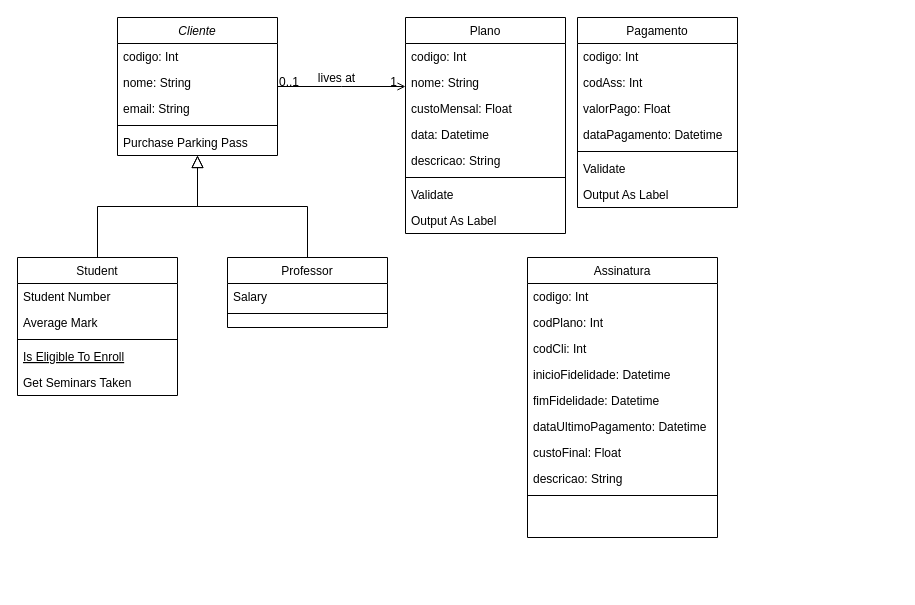
Above: pucrs-backend-f1.drawio in anabiax/pucrs-backend-f1 (draw.io), before the change. Source tidied: cells renumbered, new cells numbered last; positions are measured from the earlier drawing's top-left corner, leaving out a move shared by most shapes. Both pictures are drawn from the tidied source at 100%, with x=0, y=0 at pixel (17, 17).
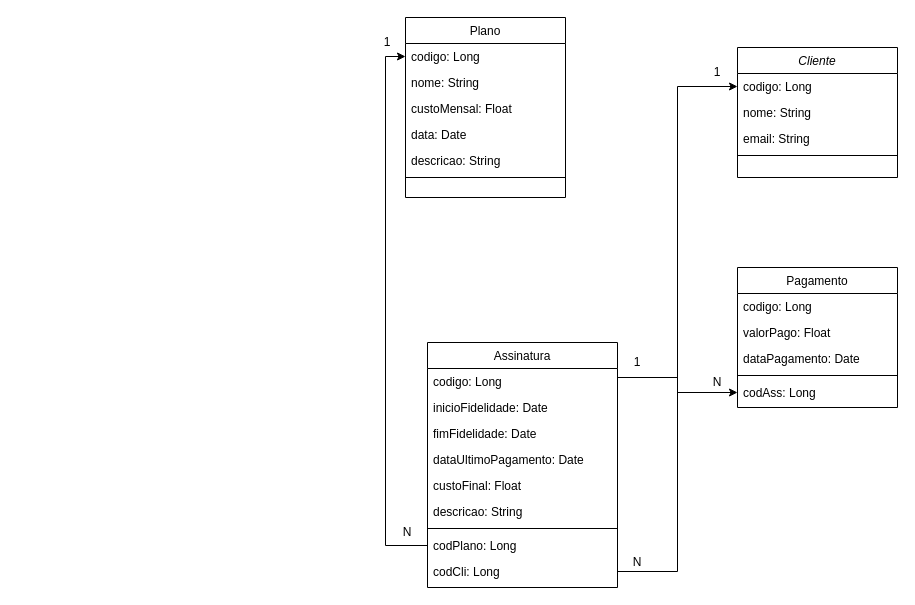
After the change.

What changed in the source:
```diff
@@
     <mxCell id="2" value="Cliente" style="swimlane;fontStyle=2;align=center;verticalAlign=top;horizontal=1;startSize=26;rounded=0;shadow=0;strokeWidth=1;" parent="1" vertex="1">
-      <mxGeometry x="100" width="160" height="138" as="geometry" />
+      <mxGeometry x="720" y="30" width="160" height="130" as="geometry" />
     </mxCell>
-    <mxCell id="3" value="codigo: Int" style="text;align=left;verticalAlign=top;spacingLeft=4;spacingRight=4;overflow=hidden;points=[[0,0.5],[1,0.5]];portConstraint=eastwest;" parent="2" vertex="1">
+    <mxCell id="3" value="codigo: Long" style="text;align=left;verticalAlign=top;spacingLeft=4;spacingRight=4;overflow=hidden;points=[[0,0.5],[1,0.5]];portConstraint=eastwest;" parent="2" vertex="1">
       <mxGeometry y="26" width="160" height="26" as="geometry" />
     </mxCell>
@@
-    <mxCell id="7" value="Purchase Parking Pass" style="text;align=left;verticalAlign=top;spacingLeft=4;spacingRight=4;overflow=hidden;" parent="2" vertex="1">
-      <mxGeometry y="112" width="160" height="26" as="geometry" />
-    </mxCell>
-    <mxCell id="8" value="Student" style="swimlane;fontStyle=0;align=center;verticalAlign=top;horizontal=1;startSize=26;rounded=0;shadow=0;strokeWidth=1;" parent="1" vertex="1">
-      <mxGeometry y="240" width="160" height="138" as="geometry" />
-    </mxCell>
-    <mxCell id="9" value="Student Number" style="text;align=left;verticalAlign=top;spacingLeft=4;spacingRight=4;overflow=hidden;" parent="8" vertex="1">
-      <mxGeometry y="26" width="160" height="26" as="geometry" />
-    </mxCell>
-    <mxCell id="10" value="Average Mark" style="text;align=left;verticalAlign=top;spacingLeft=4;spacingRight=4;overflow=hidden;rounded=0;shadow=0;html=0;" parent="8" vertex="1">
-      <mxGeometry y="52" width="160" height="26" as="geometry" />
-    </mxCell>
-    <mxCell id="11" style="line;html=1;strokeWidth=1;align=left;verticalAlign=middle;spacingTop=-1;spacingLeft=3;spacingRight=3;labelPosition=right;" parent="8" vertex="1">
-      <mxGeometry y="78" width="160" height="8" as="geometry" />
-    </mxCell>
-    <mxCell id="12" value="Is Eligible To Enroll" style="text;align=left;verticalAlign=top;spacingLeft=4;spacingRight=4;overflow=hidden;fontStyle=4;" parent="8" vertex="1">
-      <mxGeometry y="86" width="160" height="26" as="geometry" />
-    </mxCell>
-    <mxCell id="13" value="Get Seminars Taken" style="text;align=left;verticalAlign=top;spacingLeft=4;spacingRight=4;overflow=hidden;" parent="8" vertex="1">
-      <mxGeometry y="112" width="160" height="26" as="geometry" />
-    </mxCell>
-    <mxCell id="14" style="endArrow=block;endSize=10;endFill=0;shadow=0;strokeWidth=1;rounded=0;curved=0;edgeStyle=elbowEdgeStyle;elbow=vertical;" parent="1" edge="1" source="8" target="2">
-      <mxGeometry relative="1" as="geometry" />
-    </mxCell>
-    <mxCell id="15" value="Professor" style="swimlane;fontStyle=0;align=center;verticalAlign=top;horizontal=1;startSize=26;rounded=0;shadow=0;strokeWidth=1;" parent="1" vertex="1">
-      <mxGeometry x="210" y="240" width="160" height="70" as="geometry" />
-    </mxCell>
-    <mxCell id="16" value="Salary" style="text;align=left;verticalAlign=top;spacingLeft=4;spacingRight=4;overflow=hidden;" parent="15" vertex="1">
-      <mxGeometry y="26" width="160" height="26" as="geometry" />
-    </mxCell>
-    <mxCell id="17" style="line;html=1;strokeWidth=1;align=left;verticalAlign=middle;spacingTop=-1;spacingLeft=3;spacingRight=3;labelPosition=right;" parent="15" vertex="1">
-      <mxGeometry y="52" width="160" height="8" as="geometry" />
-    </mxCell>
-    <mxCell id="18" style="endArrow=block;endSize=10;endFill=0;shadow=0;strokeWidth=1;rounded=0;curved=0;edgeStyle=elbowEdgeStyle;elbow=vertical;" parent="1" edge="1" source="15" target="2">
-      <mxGeometry relative="1" as="geometry" />
-    </mxCell>
     <mxCell id="19" value="Plano" style="swimlane;fontStyle=0;align=center;verticalAlign=top;horizontal=1;startSize=26;rounded=0;shadow=0;strokeWidth=1;" parent="1" vertex="1">
-      <mxGeometry x="388" width="160" height="216" as="geometry" />
+      <mxGeometry x="388" width="160" height="180" as="geometry" />
     </mxCell>
-    <mxCell id="20" value="codigo: Int" style="text;align=left;verticalAlign=top;spacingLeft=4;spacingRight=4;overflow=hidden;points=[[0,0.5],[1,0.5]];portConstraint=eastwest;" parent="19" vertex="1">
+    <mxCell id="20" value="codigo: Long" style="text;align=left;verticalAlign=top;spacingLeft=4;spacingRight=4;overflow=hidden;points=[[0,0.5],[1,0.5]];portConstraint=eastwest;" parent="19" vertex="1">
       <mxGeometry y="26" width="160" height="26" as="geometry" />
     </mxCell>
@@
-    <mxCell id="23" value="data: Datetime" style="text;align=left;verticalAlign=top;spacingLeft=4;spacingRight=4;overflow=hidden;rounded=0;shadow=0;html=0;" parent="19" vertex="1">
+    <mxCell id="23" value="data: Date" style="text;align=left;verticalAlign=top;spacingLeft=4;spacingRight=4;overflow=hidden;rounded=0;shadow=0;html=0;" parent="19" vertex="1">
       <mxGeometry y="104" width="160" height="26" as="geometry" />
     </mxCell>
@@
-    <mxCell id="26" value="Validate" style="text;align=left;verticalAlign=top;spacingLeft=4;spacingRight=4;overflow=hidden;" parent="19" vertex="1">
-      <mxGeometry y="164" width="160" height="26" as="geometry" />
-    </mxCell>
-    <mxCell id="27" value="Output As Label" style="text;align=left;verticalAlign=top;spacingLeft=4;spacingRight=4;overflow=hidden;" parent="19" vertex="1">
-      <mxGeometry y="190" width="160" height="26" as="geometry" />
-    </mxCell>
-    <mxCell id="28" style="endArrow=open;shadow=0;strokeWidth=1;rounded=0;curved=0;endFill=1;edgeStyle=elbowEdgeStyle;elbow=vertical;" parent="1" edge="1" source="2" target="19">
-      <mxGeometry x="0.5" y="41" relative="1" as="geometry">
-        <mxPoint x="-40" y="32" as="offset" />
-      </mxGeometry>
-    </mxCell>
-    <mxCell id="29" value="0..1" style="align=left;verticalAlign=bottom;labelBackgroundColor=none;fontSize=12;" parent="28" vertex="1">
-      <mxGeometry x="-1" relative="1" as="geometry">
-        <mxPoint y="4" as="offset" />
-      </mxGeometry>
-    </mxCell>
-    <mxCell id="30" value="1" style="align=right;verticalAlign=bottom;labelBackgroundColor=none;fontSize=12;" parent="28" vertex="1">
-      <mxGeometry x="1" relative="1" as="geometry">
-        <mxPoint x="-7" y="4" as="offset" />
-      </mxGeometry>
-    </mxCell>
-    <mxCell id="31" value="lives at" style="text;html=1;align=center;verticalAlign=middle;labelBackgroundColor=none;rounded=0;shadow=0;strokeWidth=1;fontSize=12;" parent="28" vertex="1">
-      <mxGeometry x="0.5" y="49" relative="1" as="geometry">
-        <mxPoint x="-38" y="40" as="offset" />
-      </mxGeometry>
-    </mxCell>
     <mxCell id="32" value="Assinatura" style="swimlane;fontStyle=0;align=center;verticalAlign=top;horizontal=1;startSize=26;rounded=0;shadow=0;strokeWidth=1;" parent="1" vertex="1">
-      <mxGeometry x="510" y="240" width="190" height="280" as="geometry" />
+      <mxGeometry x="410" y="325" width="190" height="245" as="geometry" />
     </mxCell>
-    <mxCell id="33" value="codigo: Int" style="text;align=left;verticalAlign=top;spacingLeft=4;spacingRight=4;overflow=hidden;points=[[0,0.5],[1,0.5]];portConstraint=eastwest;" parent="32" vertex="1">
+    <mxCell id="33" value="codigo: Long" style="text;align=left;verticalAlign=top;spacingLeft=4;spacingRight=4;overflow=hidden;points=[[0,0.5],[1,0.5]];portConstraint=eastwest;" parent="32" vertex="1">
       <mxGeometry y="26" width="190" height="26" as="geometry" />
     </mxCell>
-    <mxCell id="34" value="codPlano: Int" style="text;align=left;verticalAlign=top;spacingLeft=4;spacingRight=4;overflow=hidden;points=[[0,0.5],[1,0.5]];portConstraint=eastwest;rounded=0;shadow=0;html=0;" parent="32" vertex="1">
-      <mxGeometry y="52" width="190" height="26" as="geometry" />
-    </mxCell>
-    <mxCell id="35" value="codCli: Int" style="text;align=left;verticalAlign=top;spacingLeft=4;spacingRight=4;overflow=hidden;points=[[0,0.5],[1,0.5]];portConstraint=eastwest;rounded=0;shadow=0;html=0;" parent="32" vertex="1">
-      <mxGeometry y="78" width="190" height="26" as="geometry" />
-    </mxCell>
-    <mxCell id="36" value="inicioFidelidade: Datetime" style="text;align=left;verticalAlign=top;spacingLeft=4;spacingRight=4;overflow=hidden;rounded=0;shadow=0;html=0;" parent="32" vertex="1">
-      <mxGeometry y="104" width="190" height="26" as="geometry" />
+    <mxCell id="36" value="inicioFidelidade: Date" style="text;align=left;verticalAlign=top;spacingLeft=4;spacingRight=4;overflow=hidden;rounded=0;shadow=0;html=0;" parent="32" vertex="1">
+      <mxGeometry y="52" width="190" height="26" as="geometry" />
     </mxCell>
-    <mxCell id="37" value="fimFidelidade: Datetime" style="text;align=left;verticalAlign=top;spacingLeft=4;spacingRight=4;overflow=hidden;rounded=0;shadow=0;html=0;" parent="32" vertex="1">
-      <mxGeometry y="130" width="190" height="26" as="geometry" />
+    <mxCell id="37" value="fimFidelidade: Date" style="text;align=left;verticalAlign=top;spacingLeft=4;spacingRight=4;overflow=hidden;rounded=0;shadow=0;html=0;" parent="32" vertex="1">
+      <mxGeometry y="78" width="190" height="26" as="geometry" />
     </mxCell>
-    <mxCell id="38" value="dataUltimoPagamento: Datetime" style="text;align=left;verticalAlign=top;spacingLeft=4;spacingRight=4;overflow=hidden;rounded=0;shadow=0;html=0;" parent="32" vertex="1">
-      <mxGeometry y="156" width="190" height="26" as="geometry" />
+    <mxCell id="38" value="dataUltimoPagamento: Date" style="text;align=left;verticalAlign=top;spacingLeft=4;spacingRight=4;overflow=hidden;rounded=0;shadow=0;html=0;" parent="32" vertex="1">
+      <mxGeometry y="104" width="190" height="26" as="geometry" />
     </mxCell>
     <mxCell id="39" value="custoFinal: Float" style="text;align=left;verticalAlign=top;spacingLeft=4;spacingRight=4;overflow=hidden;rounded=0;shadow=0;html=0;" parent="32" vertex="1">
-      <mxGeometry y="182" width="190" height="26" as="geometry" />
+      <mxGeometry y="130" width="190" height="26" as="geometry" />
     </mxCell>
     <mxCell id="40" value="descricao: String" style="text;align=left;verticalAlign=top;spacingLeft=4;spacingRight=4;overflow=hidden;rounded=0;shadow=0;html=0;" parent="32" vertex="1">
-      <mxGeometry y="208" width="190" height="26" as="geometry" />
+      <mxGeometry y="156" width="190" height="26" as="geometry" />
     </mxCell>
     <mxCell id="41" style="line;html=1;strokeWidth=1;align=left;verticalAlign=middle;spacingTop=-1;spacingLeft=3;spacingRight=3;labelPosition=right;" parent="32" vertex="1">
-      <mxGeometry y="234" width="190" height="8" as="geometry" />
+      <mxGeometry y="182" width="190" height="8" as="geometry" />
     </mxCell>
+    <mxCell id="34" value="codPlano: Long" style="text;align=left;verticalAlign=top;spacingLeft=4;spacingRight=4;overflow=hidden;points=[[0,0.5],[1,0.5]];portConstraint=eastwest;rounded=0;shadow=0;html=0;" parent="32" vertex="1">
+      <mxGeometry y="190" width="190" height="26" as="geometry" />
+    </mxCell>
+    <mxCell id="35" value="codCli: Long" style="text;align=left;verticalAlign=top;spacingLeft=4;spacingRight=4;overflow=hidden;points=[[0,0.5],[1,0.5]];portConstraint=eastwest;rounded=0;shadow=0;html=0;" parent="32" vertex="1">
+      <mxGeometry y="216" width="190" height="26" as="geometry" />
+    </mxCell>
     <mxCell id="42" value="Pagamento" style="swimlane;fontStyle=0;align=center;verticalAlign=top;horizontal=1;startSize=26;rounded=0;shadow=0;strokeWidth=1;" parent="1" vertex="1">
-      <mxGeometry x="560" width="160" height="190" as="geometry" />
+      <mxGeometry x="720" y="250" width="160" height="140" as="geometry" />
     </mxCell>
-    <mxCell id="43" value="codigo: Int" style="text;align=left;verticalAlign=top;spacingLeft=4;spacingRight=4;overflow=hidden;" parent="42" vertex="1">
+    <mxCell id="43" value="codigo: Long" style="text;align=left;verticalAlign=top;spacingLeft=4;spacingRight=4;overflow=hidden;" parent="42" vertex="1">
       <mxGeometry y="26" width="160" height="26" as="geometry" />
     </mxCell>
-    <mxCell id="44" value="codAss: Int" style="text;align=left;verticalAlign=top;spacingLeft=4;spacingRight=4;overflow=hidden;points=[[0,0.5],[1,0.5]];portConstraint=eastwest;rounded=0;shadow=0;html=0;" parent="42" vertex="1">
-      <mxGeometry y="52" width="160" height="26" as="geometry" />
-    </mxCell>
     <mxCell id="45" value="valorPago: Float" style="text;align=left;verticalAlign=top;spacingLeft=4;spacingRight=4;overflow=hidden;rounded=0;shadow=0;html=0;" parent="42" vertex="1">
-      <mxGeometry y="78" width="160" height="26" as="geometry" />
+      <mxGeometry y="52" width="160" height="26" as="geometry" />
     </mxCell>
-    <mxCell id="46" value="dataPagamento: Datetime" style="text;align=left;verticalAlign=top;spacingLeft=4;spacingRight=4;overflow=hidden;rounded=0;shadow=0;html=0;" parent="42" vertex="1">
-      <mxGeometry y="104" width="160" height="26" as="geometry" />
+    <mxCell id="46" value="dataPagamento: Date" style="text;align=left;verticalAlign=top;spacingLeft=4;spacingRight=4;overflow=hidden;rounded=0;shadow=0;html=0;" parent="42" vertex="1">
+      <mxGeometry y="78" width="160" height="26" as="geometry" />
     </mxCell>
     <mxCell id="47" style="line;html=1;strokeWidth=1;align=left;verticalAlign=middle;spacingTop=-1;spacingLeft=3;spacingRight=3;labelPosition=right;" parent="42" vertex="1">
-      <mxGeometry y="130" width="160" height="8" as="geometry" />
+      <mxGeometry y="104" width="160" height="8" as="geometry" />
     </mxCell>
-    <mxCell id="48" value="Validate" style="text;align=left;verticalAlign=top;spacingLeft=4;spacingRight=4;overflow=hidden;" parent="42" vertex="1">
-      <mxGeometry y="138" width="160" height="26" as="geometry" />
-    </mxCell>
-    <mxCell id="49" value="Output As Label" style="text;align=left;verticalAlign=top;spacingLeft=4;spacingRight=4;overflow=hidden;" parent="42" vertex="1">
-      <mxGeometry y="164" width="160" height="26" as="geometry" />
-    </mxCell>
+    <mxCell id="44" value="codAss: Long" style="text;align=left;verticalAlign=top;spacingLeft=4;spacingRight=4;overflow=hidden;points=[[0,0.5],[1,0.5]];portConstraint=eastwest;rounded=0;shadow=0;html=0;" parent="42" vertex="1">
+      <mxGeometry y="112" width="160" height="26" as="geometry" />
+    </mxCell>
+    <mxCell id="50" style="edgeStyle=orthogonalEdgeStyle;rounded=0;jettySize=auto;html=1;entryX=0;entryY=0.5;entryDx=0;entryDy=0;" parent="1" edge="1" source="34" target="20">
+      <mxGeometry relative="1" as="geometry" />
+    </mxCell>
+    <mxCell id="51" style="edgeStyle=orthogonalEdgeStyle;rounded=0;jettySize=auto;html=1;" parent="1" edge="1" source="35" target="3">
+      <mxGeometry relative="1" as="geometry" />
+    </mxCell>
+    <mxCell id="52" value="N" style="text;html=1;whiteSpace=wrap;strokeColor=none;fillColor=none;align=center;verticalAlign=middle;rounded=0;" parent="1" vertex="1">
+      <mxGeometry x="590" y="530" width="60" height="30" as="geometry" />
+    </mxCell>
+    <mxCell id="53" value="1" style="text;html=1;whiteSpace=wrap;strokeColor=none;fillColor=none;align=center;verticalAlign=middle;rounded=0;" parent="1" vertex="1">
+      <mxGeometry x="670" y="40" width="60" height="30" as="geometry" />
+    </mxCell>
+    <mxCell id="54" value="N" style="text;html=1;whiteSpace=wrap;strokeColor=none;fillColor=none;align=center;verticalAlign=middle;rounded=0;" parent="1" vertex="1">
+      <mxGeometry x="360" y="500" width="60" height="30" as="geometry" />
+    </mxCell>
+    <mxCell id="55" value="1" style="text;html=1;whiteSpace=wrap;strokeColor=none;fillColor=none;align=center;verticalAlign=middle;rounded=0;" parent="1" vertex="1">
+      <mxGeometry x="340" y="10" width="60" height="30" as="geometry" />
+    </mxCell>
+    <mxCell id="56" value="N" style="text;html=1;whiteSpace=wrap;strokeColor=none;fillColor=none;align=center;verticalAlign=middle;rounded=0;" parent="1" vertex="1">
+      <mxGeometry x="670" y="350" width="60" height="30" as="geometry" />
+    </mxCell>
+    <mxCell id="57" value="1" style="text;html=1;whiteSpace=wrap;strokeColor=none;fillColor=none;align=center;verticalAlign=middle;rounded=0;" parent="1" vertex="1">
+      <mxGeometry x="590" y="330" width="60" height="30" as="geometry" />
+    </mxCell>
+    <mxCell id="58" style="edgeStyle=orthogonalEdgeStyle;rounded=0;jettySize=auto;html=1;" parent="1" edge="1" source="33" target="44">
+      <mxGeometry relative="1" as="geometry">
+        <Array as="points">
+          <mxPoint x="660" y="360" />
+          <mxPoint x="660" y="375" />
+        </Array>
+      </mxGeometry>
+    </mxCell>
```
